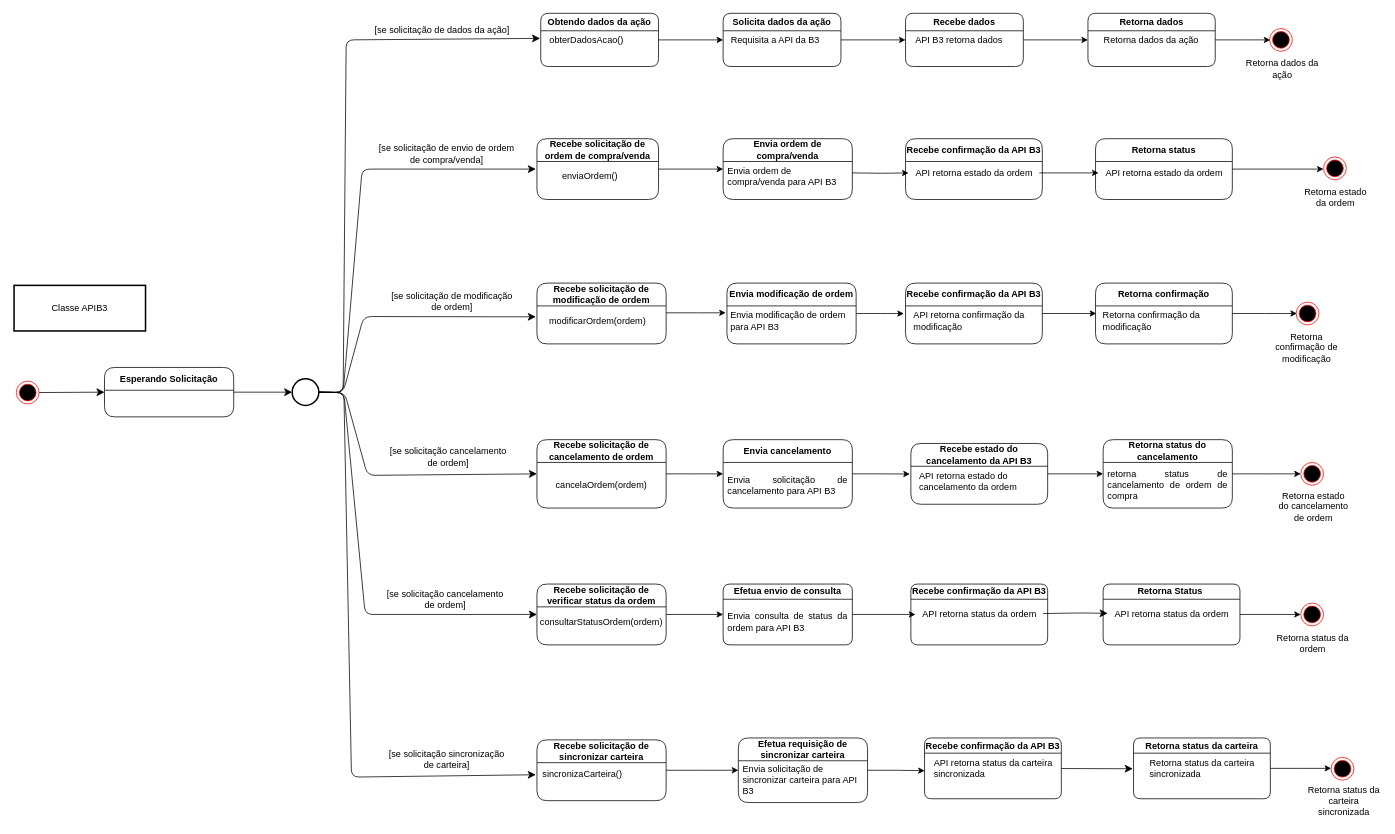
This is diagrama_estados/diagrama_estados_apib3.drawio from gb-cs-rt/home_broker, a draw.io file, before an edit. Source tidied: cells renumbered, new cells numbered last; positions are measured from the earlier drawing's top-left corner, leaving out a move shared by most shapes. Both pictures are drawn from the tidied source at 76%, with x=0, y=0 at pixel (14, 13).
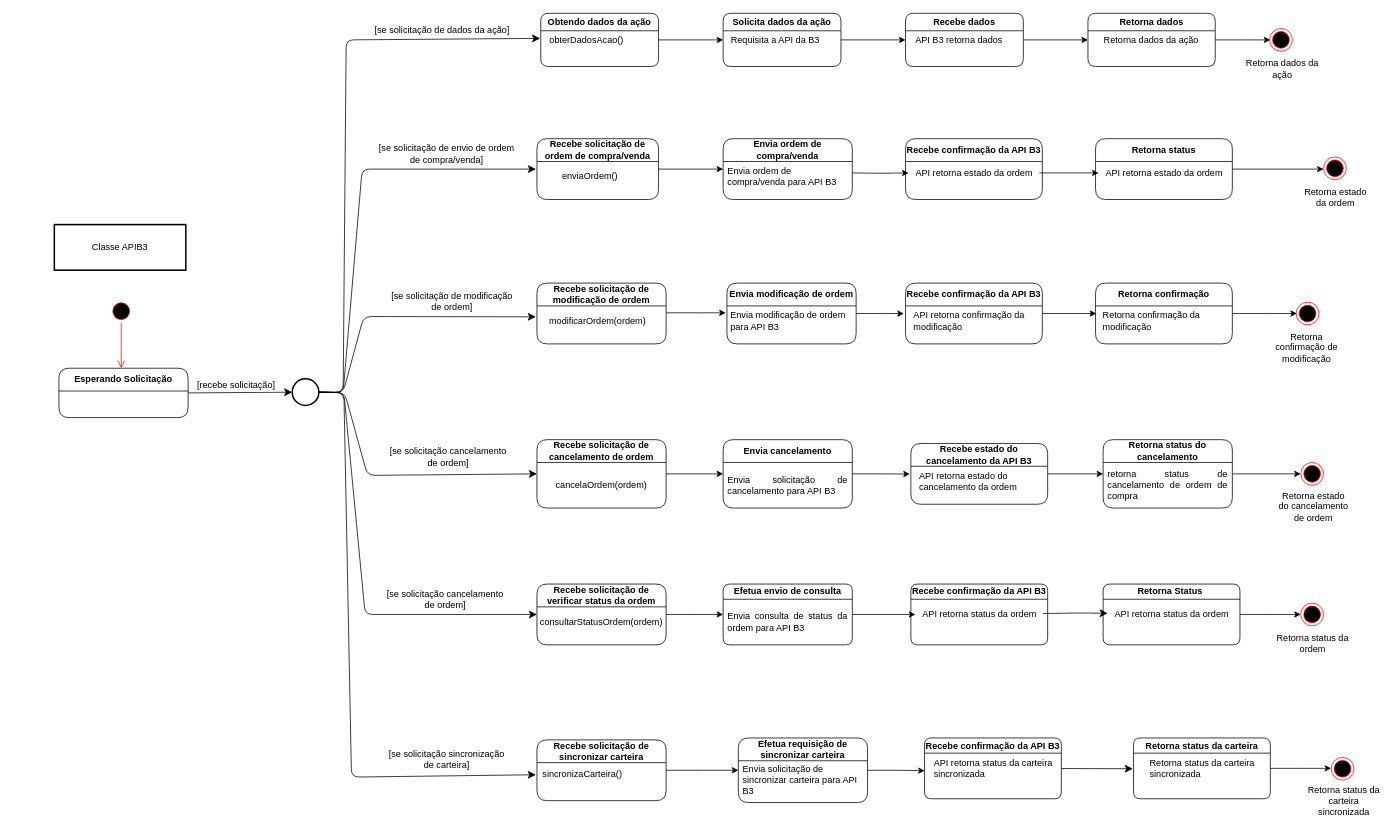
After the change.

Commit message (it also covers changes not shown here):
diagrama estados apibiometria

The change refers to these unchanged cells:
```xml
<mxCell id="88" style="edgeStyle=none;shape=connector;curved=0;rounded=1;jettySize=auto;html=1;exitX=1;exitY=0.5;exitDx=0;exitDy=0;entryX=0;entryY=0.5;entryDx=0;entryDy=0;strokeColor=default;align=center;verticalAlign=middle;fontFamily=Helvetica;fontSize=12;fontColor=default;labelBackgroundColor=default;startSize=8;endArrow=classic;endSize=8;" parent="1" edge="1" source="89" target="92">
  <mxGeometry relative="1" as="geometry" />
</mxCell>
```

Change to the diagram source:
```diff
@@
-    <mxCell id="86" style="edgeStyle=none;shape=connector;curved=0;rounded=1;jettySize=auto;html=1;exitX=1;exitY=0.5;exitDx=0;exitDy=0;entryX=0;entryY=0.5;entryDx=0;entryDy=0;strokeColor=default;align=center;verticalAlign=middle;fontFamily=Helvetica;fontSize=12;fontColor=default;labelBackgroundColor=default;startSize=8;endArrow=classic;endSize=8;" parent="1" edge="1" source="87" target="89">
-      <mxGeometry relative="1" as="geometry" />
-    </mxCell>
-    <mxCell id="87" style="ellipse;html=1;shape=endState;fillColor=#000000;strokeColor=#ff0000;fontFamily=Helvetica;fontSize=12;fontColor=default;labelBackgroundColor=default;" parent="1" vertex="1">
-      <mxGeometry x="3" y="484" width="30" height="30" as="geometry" />
-    </mxCell>
@@
+    <mxCell id="104" value="[recebe solicitação]" style="edgeLabel;html=1;align=center;verticalAlign=middle;fontSize=12;fontFamily=Helvetica;fontColor=default;labelBackgroundColor=default;" parent="88" vertex="1">
+      <mxGeometry x="-0.19" y="2" relative="1" as="geometry">
+        <mxPoint x="8" y="-8" as="offset" />
+      </mxGeometry>
+    </mxCell>
     <mxCell id="89" value="Esperando Solicitação" style="swimlane;whiteSpace=wrap;html=1;startSize=30;rounded=1;" parent="1" vertex="1">
-      <mxGeometry x="119" y="466" width="170" height="65" as="geometry" />
+      <mxGeometry x="59" y="467" width="170" height="65" as="geometry" />
     </mxCell>
@@
     <mxCell id="97" value="Classe APIB3" style="rounded=0;whiteSpace=wrap;html=1;fontFamily=Helvetica;fontSize=12;fontColor=default;labelBackgroundColor=default;strokeWidth=2;" parent="1" vertex="1">
-      <mxGeometry y="358" width="173" height="60" as="geometry" />
+      <mxGeometry x="53" y="278" width="173" height="60" as="geometry" />
     </mxCell>
@@
+    <mxCell id="105" style="ellipse;html=1;shape=startState;fillColor=#000000;strokeColor=#ff0000;fontFamily=Helvetica;fontSize=12;fontColor=default;labelBackgroundColor=default;" parent="1" vertex="1">
+      <mxGeometry x="126" y="377" width="30" height="30" as="geometry" />
+    </mxCell>
+    <mxCell id="106" style="edgeStyle=orthogonalEdgeStyle;html=1;verticalAlign=bottom;endArrow=open;endSize=8;strokeColor=#ff0000;rounded=1;align=center;fontFamily=Helvetica;fontSize=12;fontColor=default;labelBackgroundColor=default;curved=0;" parent="1" edge="1" source="105">
+      <mxGeometry relative="1" as="geometry">
+        <mxPoint x="141" y="467" as="targetPoint" />
+      </mxGeometry>
+    </mxCell>
```
